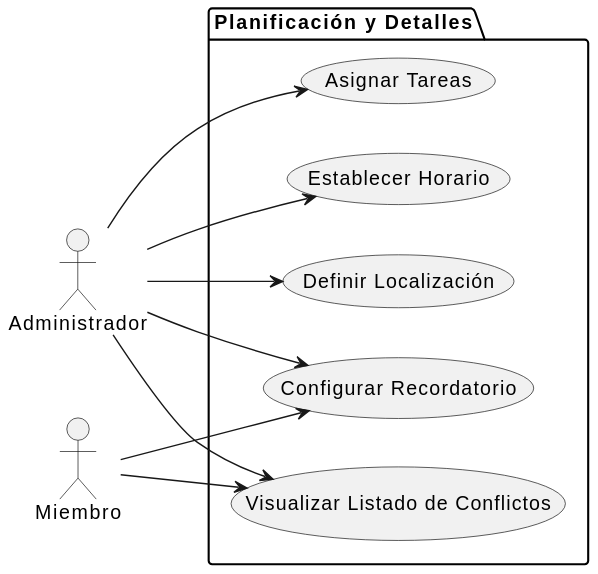
Earlier version of the PlantUML export documents/actoresYCasosDeUso/diagramas/diagramaPlanificaciónYDetalles/diagramaPlanificacionYDetalles.svg (inigovaqueroo04/25-26-IdSw1-SdR).
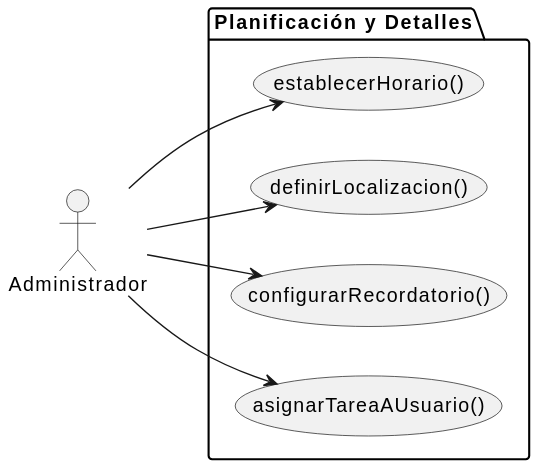
After the change.

Diff of the diagram source:
```diff
@@ -1,22 +1,18 @@
 @startuml
 left to right direction
 actor "Administrador" as Admin
-actor "Miembro" as Miem
+
 
 package "Planificación y Detalles" {
-    usecase "Establecer Horario" as UC_D1
-    usecase "Definir Localización" as UC_D2
-    usecase "Configurar Recordatorio" as UC_D3
-    usecase "Asignar Tareas" as UC_D4
+    usecase "establecerHorario()" as UC_D1
+    usecase "definirLocalizacion()" as UC_D2
+    usecase "configurarRecordatorio()" as UC_D3
+    usecase "asignarTareaAUsuario()" as UC_D4
 
-    usecase "Visualizar Listado de Conflictos" as UC_D5
 }
 
 Admin --> UC_D1
 Admin --> UC_D2
 Admin --> UC_D3
-Miem --> UC_D3
 Admin --> UC_D4
-Admin --> UC_D5
-Miem --> UC_D5
 @enduml
```
